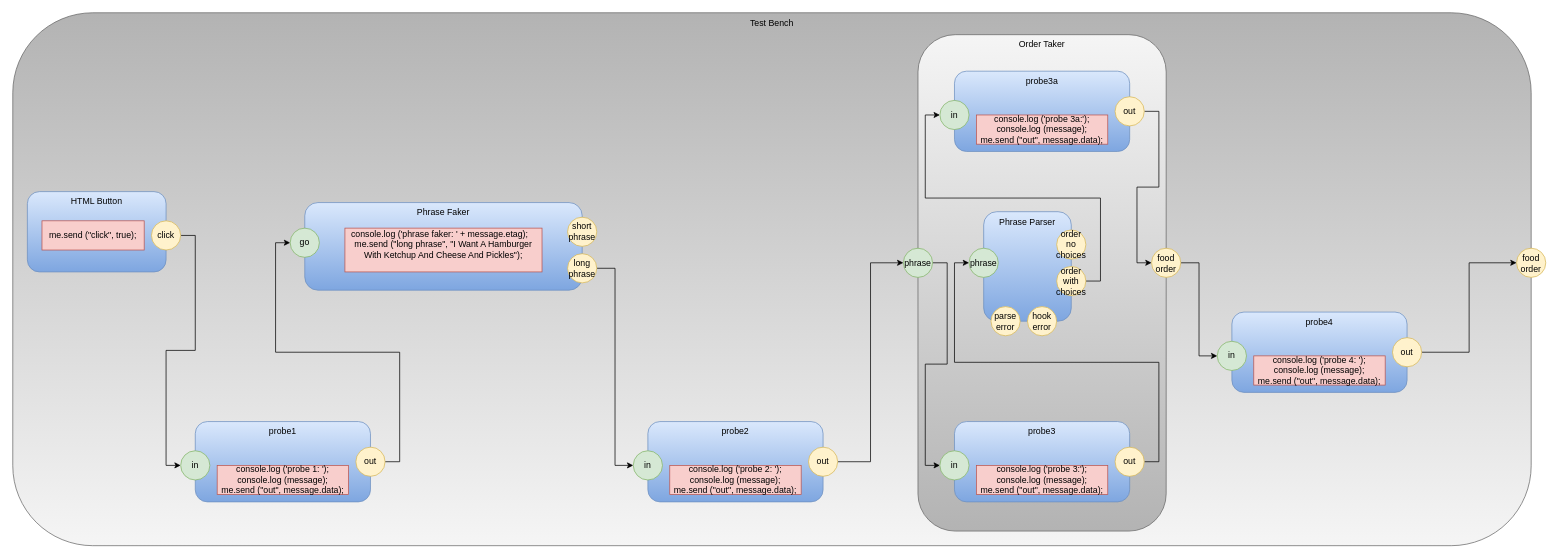
guitarvydas/das2json keeps this draw.io diagram as testbenchdb.drawio. Above is the earlier version. Source tidied: cells renumbered, new cells numbered last; positions are measured from the earlier drawing's top-left corner, leaving out a move shared by most shapes. Both pictures are drawn from the tidied source at 73%, with x=0, y=0 at pixel (12, 12).
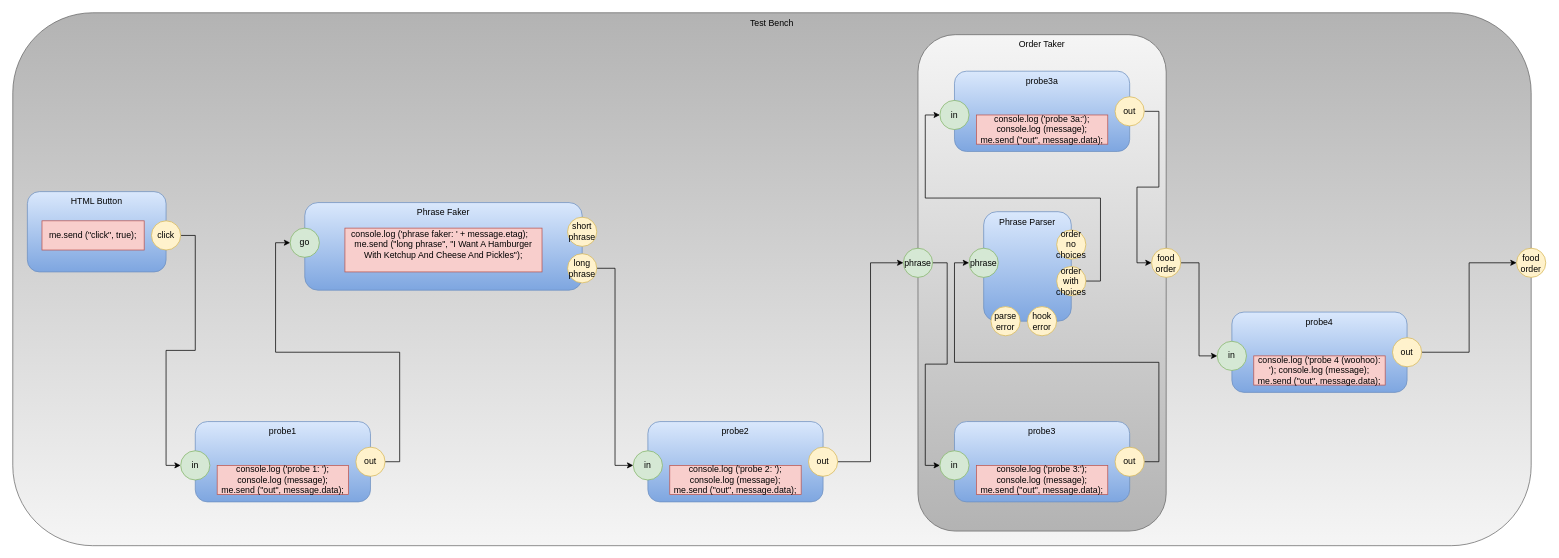
Above is the later version.

What changed in the source:
```diff
@@
-    <mxCell id="43" value="console.log ('probe 4: '); console.log (message);&lt;br&gt;me.send (&quot;out&quot;, message.data);" style="rounded=0;whiteSpace=wrap;html=1;fillColor=#f8cecc;strokeColor=#b85450;" parent="1" vertex="1">
+    <mxCell id="43" value="console.log ('probe 4 (woohoo): '); console.log (message);&lt;br&gt;me.send (&quot;out&quot;, message.data);" style="rounded=0;whiteSpace=wrap;html=1;fillColor=#f8cecc;strokeColor=#b85450;" parent="1" vertex="1">
       <mxGeometry x="1700" y="470" width="180" height="40" as="geometry" />
     </mxCell>
```
